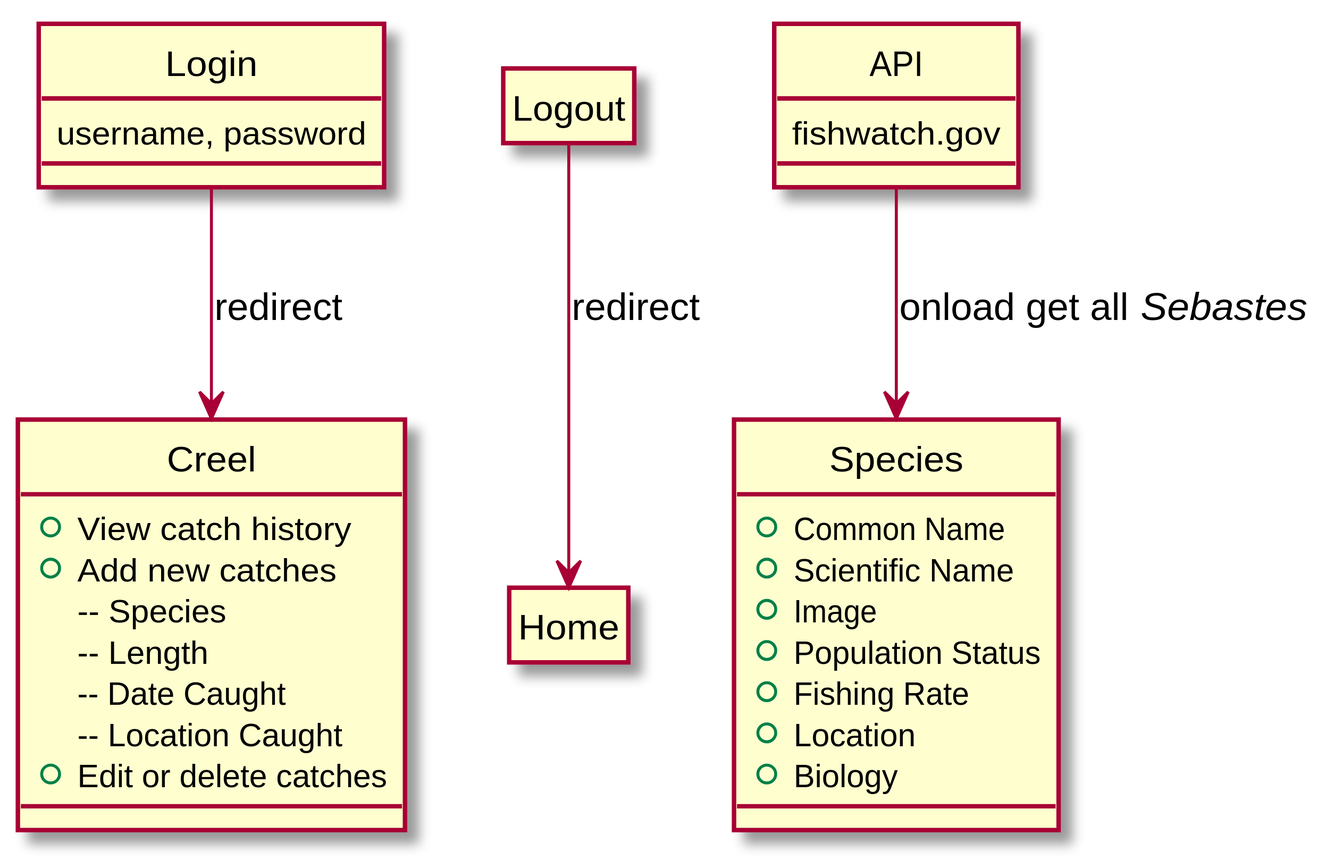
Earlier version of the PlantUML export out/client/dataFlow/dataFlow.svg (cftgithub/rockfish-conservation).
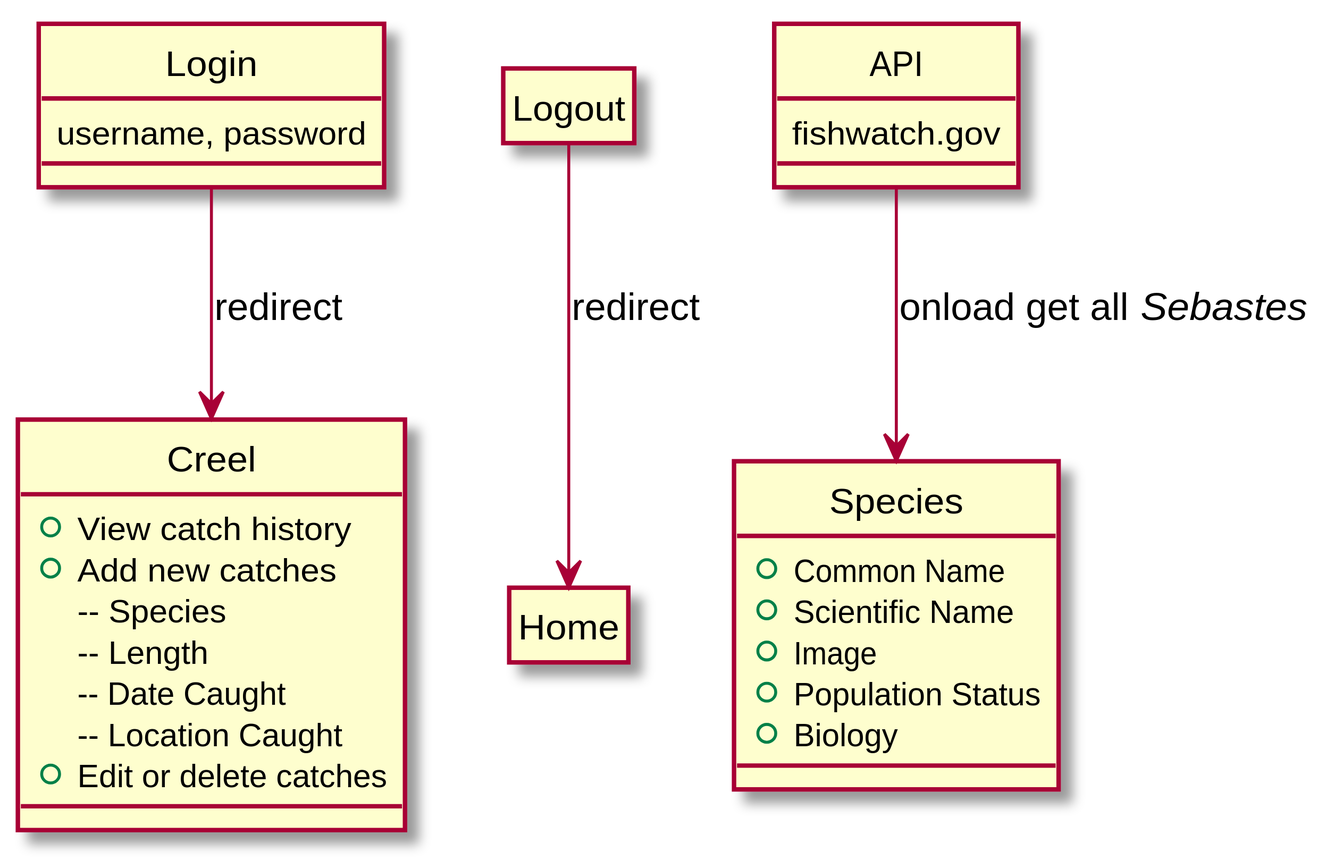
Above is the later version.

Change to the diagram source:
```diff
@@ -32,8 +32,6 @@
     + Scientific Name
     + Image
     + Population Status
-    + Fishing Rate
-    + Location
     + Biology
 }
 
```
